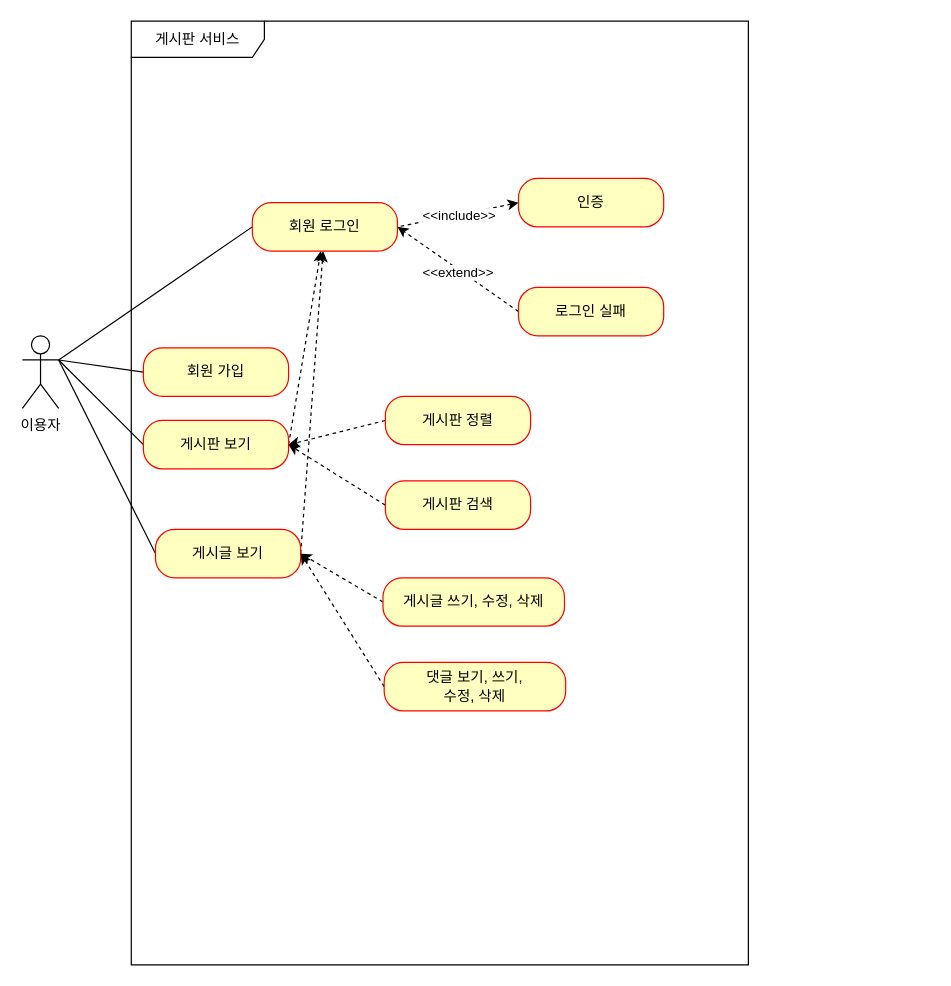
This is document/제목 없는 다이어그램.drawio from SjuneLee/fastcampus-part2, a draw.io file, before an edit. Source tidied: cells renumbered, new cells numbered last; positions are measured from the earlier drawing's top-left corner, leaving out a move shared by most shapes. Both pictures are drawn from the tidied source at 121%, with x=0, y=0 at pixel (22, 21).
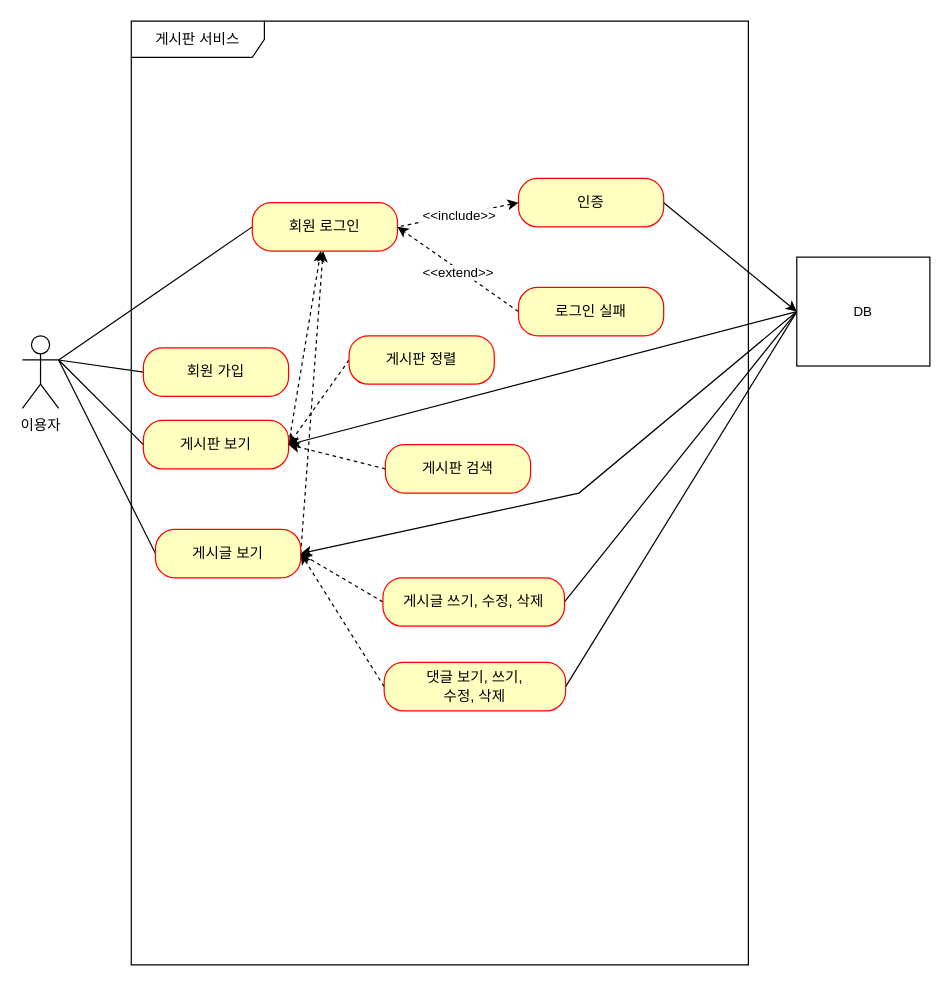
Above is the later version.

Commit message:
제목 없는 다이어그램.drawio 업데이트

Unchanged cells that the change refers to:
```xml
<mxCell id="8" value="게시판 보기" style="rounded=1;whiteSpace=wrap;html=1;arcSize=40;fontColor=#000000;fillColor=#ffffc0;strokeColor=#ff0000;" parent="1" vertex="1">
  <mxGeometry x="100" y="330" width="120" height="40" as="geometry" />
</mxCell>
<mxCell id="11" value="게시글 보기" style="rounded=1;whiteSpace=wrap;html=1;arcSize=40;fontColor=#000000;fillColor=#ffffc0;strokeColor=#ff0000;" parent="1" vertex="1">
  <mxGeometry x="110" y="420" width="120" height="40" as="geometry" />
</mxCell>
<mxCell id="16" value="인증" style="rounded=1;whiteSpace=wrap;html=1;arcSize=40;fontColor=#000000;fillColor=#ffffc0;strokeColor=#ff0000;" parent="1" vertex="1">
  <mxGeometry x="410" y="130" width="120" height="40" as="geometry" />
</mxCell>
<mxCell id="25" value="게시글 쓰기, 수정, 삭제" style="rounded=1;whiteSpace=wrap;html=1;arcSize=40;fontColor=#000000;fillColor=#ffffc0;strokeColor=#ff0000;" parent="1" vertex="1">
  <mxGeometry x="298" y="460" width="150" height="40" as="geometry" />
</mxCell>
<mxCell id="27" value="댓글 보기, 쓰기, &lt;br&gt;수정, 삭제" style="rounded=1;whiteSpace=wrap;html=1;arcSize=40;fontColor=#000000;fillColor=#ffffc0;strokeColor=#ff0000;" parent="1" vertex="1">
  <mxGeometry x="299" y="530" width="150" height="40" as="geometry" />
</mxCell>
```

Diff of the diagram source:
```diff
@@
+    <mxCell id="28" style="edgeStyle=none;shape=connector;rounded=0;jettySize=auto;html=1;exitX=1;exitY=0.5;exitDx=0;exitDy=0;entryX=0;entryY=0.5;entryDx=0;entryDy=0;labelBackgroundColor=default;strokeColor=default;fontFamily=Helvetica;fontSize=11;fontColor=default;endArrow=classic;endFill=1;" parent="1" edge="1" source="16" target="33">
+      <mxGeometry relative="1" as="geometry" />
+    </mxCell>
@@
     <mxCell id="21" value="게시판 정렬" style="rounded=1;whiteSpace=wrap;html=1;arcSize=40;fontColor=#000000;fillColor=#ffffc0;strokeColor=#ff0000;" parent="1" vertex="1">
-      <mxGeometry x="300" y="310" width="120" height="40" as="geometry" />
+      <mxGeometry x="270" y="260" width="120" height="40" as="geometry" />
     </mxCell>
@@
     <mxCell id="23" value="게시판 검색" style="rounded=1;whiteSpace=wrap;html=1;arcSize=40;fontColor=#000000;fillColor=#ffffc0;strokeColor=#ff0000;" parent="1" vertex="1">
-      <mxGeometry x="300" y="380" width="120" height="40" as="geometry" />
+      <mxGeometry x="300" y="350" width="120" height="40" as="geometry" />
     </mxCell>
@@
+    <mxCell id="29" style="edgeStyle=none;shape=connector;rounded=0;jettySize=auto;html=1;exitX=1;exitY=0.5;exitDx=0;exitDy=0;entryX=0;entryY=0.5;entryDx=0;entryDy=0;labelBackgroundColor=default;strokeColor=default;fontFamily=Helvetica;fontSize=11;fontColor=default;endArrow=none;endFill=0;" parent="1" edge="1" source="25" target="33">
+      <mxGeometry relative="1" as="geometry" />
+    </mxCell>
@@
+    <mxCell id="30" style="edgeStyle=none;shape=connector;rounded=0;jettySize=auto;html=1;exitX=1;exitY=0.5;exitDx=0;exitDy=0;entryX=0;entryY=0.5;entryDx=0;entryDy=0;labelBackgroundColor=default;strokeColor=default;fontFamily=Helvetica;fontSize=11;fontColor=default;endArrow=none;endFill=0;" parent="1" edge="1" source="27" target="33">
+      <mxGeometry relative="1" as="geometry" />
+    </mxCell>
@@
+    <mxCell id="31" style="edgeStyle=none;shape=connector;rounded=0;jettySize=auto;html=1;exitX=0;exitY=0.5;exitDx=0;exitDy=0;entryX=1;entryY=0.5;entryDx=0;entryDy=0;labelBackgroundColor=default;strokeColor=default;fontFamily=Helvetica;fontSize=11;fontColor=default;endArrow=classic;endFill=1;" parent="1" edge="1" source="33" target="8">
+      <mxGeometry relative="1" as="geometry" />
+    </mxCell>
+    <mxCell id="32" style="edgeStyle=none;shape=connector;rounded=0;jettySize=auto;html=1;exitX=0;exitY=0.5;exitDx=0;exitDy=0;entryX=1;entryY=0.5;entryDx=0;entryDy=0;labelBackgroundColor=default;strokeColor=default;fontFamily=Helvetica;fontSize=11;fontColor=default;endArrow=classic;endFill=1;" parent="1" edge="1" source="33" target="11">
+      <mxGeometry relative="1" as="geometry">
+        <Array as="points">
+          <mxPoint x="460" y="390" />
+        </Array>
+      </mxGeometry>
+    </mxCell>
+    <mxCell id="33" value="DB" style="html=1;whiteSpace=wrap;fontFamily=Helvetica;fontSize=11;fontColor=default;" parent="1" vertex="1">
+      <mxGeometry x="640" y="195" width="110" height="90" as="geometry" />
+    </mxCell>
```
